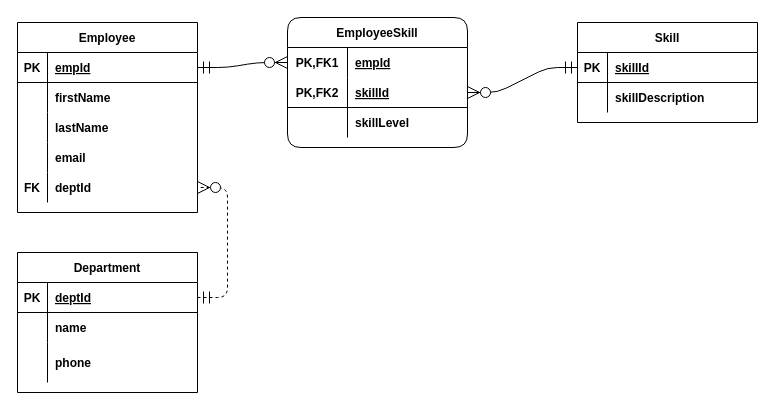
The draw.io diagram ibex.drawio in bejpark/dbexercise, before the edit. Source tidied: cells renumbered, new cells numbered last; positions are measured from the earlier drawing's top-left corner, leaving out a move shared by most shapes. Both pictures are drawn from the tidied source at 100%, with x=0, y=0 at pixel (17, 17).
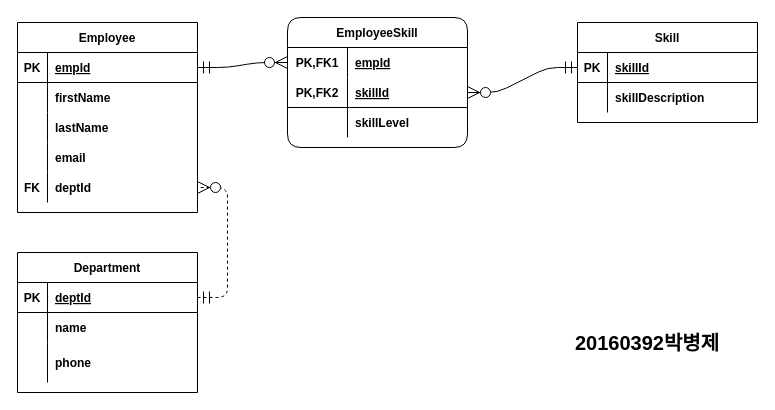
Above is the later version.

The edit, as a diff of the source:
```diff
@@
+    <mxCell id="48" value="&lt;b&gt;&lt;font style=&quot;font-size: 20px&quot;&gt;20160392박병제&lt;/font&gt;&lt;/b&gt;" style="text;html=1;strokeColor=none;fillColor=none;align=center;verticalAlign=middle;whiteSpace=wrap;rounded=0;" parent="1" vertex="1">
+      <mxGeometry x="540" y="285" width="180" height="80" as="geometry" />
+    </mxCell>
```
